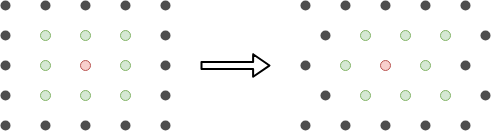
The draw.io diagram Report/Final/IMAGES/part2/grid_transform_map_generation.png in Fabien-Math/SLAM, before a commit. Source tidied: cells renumbered, new cells last; positions are measured from the earlier drawing's top-left corner, leaving out a move shared by most shapes.
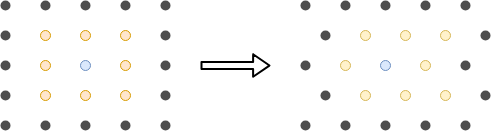
The same diagram one commit later.

Diff of the diagram source:
```diff
@@ -14,25 +14,25 @@
     <mxCell id="5" style="shape=ellipse;fillColor=#4D4D4D;strokeColor=none;html=1;sketch=0;shadow=0;" parent="1" vertex="1">
       <mxGeometry x="320" y="90" width="10" height="10" as="geometry" />
     </mxCell>
-    <mxCell id="6" style="shape=ellipse;fillColor=#d5e8d4;strokeColor=#82b366;html=1;sketch=0;shadow=0;" parent="1" vertex="1">
+    <mxCell id="6" style="shape=ellipse;fillColor=#fff2cc;strokeColor=#d6b656;html=1;sketch=0;shadow=0;" parent="1" vertex="1">
       <mxGeometry x="360" y="90" width="10" height="10" as="geometry" />
     </mxCell>
-    <mxCell id="7" style="shape=ellipse;fillColor=#d5e8d4;strokeColor=#82b366;html=1;sketch=0;shadow=0;" parent="1" vertex="1">
+    <mxCell id="7" style="shape=ellipse;fillColor=#fff2cc;strokeColor=#d6b656;html=1;sketch=0;shadow=0;" parent="1" vertex="1">
       <mxGeometry x="400" y="90" width="10" height="10" as="geometry" />
     </mxCell>
     <mxCell id="8" style="shape=ellipse;fillColor=#4D4D4D;strokeColor=none;html=1;sketch=0;shadow=0;" parent="1" vertex="1">
       <mxGeometry x="300" y="60" width="10" height="10" as="geometry" />
     </mxCell>
-    <mxCell id="9" style="shape=ellipse;fillColor=#d5e8d4;strokeColor=#82b366;html=1;sketch=0;shadow=0;" parent="1" vertex="1">
+    <mxCell id="9" style="shape=ellipse;fillColor=#fff2cc;strokeColor=#d6b656;html=1;sketch=0;shadow=0;" parent="1" vertex="1">
       <mxGeometry x="340" y="60" width="10" height="10" as="geometry" />
     </mxCell>
-    <mxCell id="10" style="shape=ellipse;fillColor=#f8cecc;strokeColor=#b85450;html=1;sketch=0;shadow=0;" parent="1" vertex="1">
+    <mxCell id="10" style="shape=ellipse;fillColor=#dae8fc;strokeColor=#6c8ebf;html=1;sketch=0;shadow=0;" parent="1" vertex="1">
       <mxGeometry x="380" y="60" width="10" height="10" as="geometry" />
     </mxCell>
     <mxCell id="11" style="shape=ellipse;fillColor=#4D4D4D;strokeColor=none;html=1;sketch=0;shadow=0;" parent="1" vertex="1">
       <mxGeometry x="320" y="30" width="10" height="10" as="geometry" />
     </mxCell>
-    <mxCell id="12" style="shape=ellipse;fillColor=#d5e8d4;strokeColor=#82b366;html=1;sketch=0;shadow=0;" parent="1" vertex="1">
+    <mxCell id="12" style="shape=ellipse;fillColor=#fff2cc;strokeColor=#d6b656;html=1;sketch=0;shadow=0;" parent="1" vertex="1">
       <mxGeometry x="360" y="30" width="10" height="10" as="geometry" />
     </mxCell>
     <mxCell id="13" style="shape=ellipse;fillColor=#4D4D4D;strokeColor=none;html=1;sketch=0;shadow=0;" parent="1" vertex="1">
@@ -50,22 +50,22 @@
     <mxCell id="17" style="shape=ellipse;fillColor=#4D4D4D;strokeColor=none;html=1;sketch=0;shadow=0;" parent="1" vertex="1">
       <mxGeometry x="460" y="120" width="10" height="10" as="geometry" />
     </mxCell>
-    <mxCell id="18" style="shape=ellipse;fillColor=#d5e8d4;strokeColor=#82b366;html=1;sketch=0;shadow=0;" parent="1" vertex="1">
+    <mxCell id="18" style="shape=ellipse;fillColor=#fff2cc;strokeColor=#d6b656;html=1;sketch=0;shadow=0;" parent="1" vertex="1">
       <mxGeometry x="440" y="90" width="10" height="10" as="geometry" />
     </mxCell>
     <mxCell id="19" style="shape=ellipse;fillColor=#4D4D4D;strokeColor=none;html=1;sketch=0;shadow=0;" parent="1" vertex="1">
       <mxGeometry x="480" y="90" width="10" height="10" as="geometry" />
     </mxCell>
-    <mxCell id="20" style="shape=ellipse;fillColor=#d5e8d4;strokeColor=#82b366;html=1;sketch=0;shadow=0;" parent="1" vertex="1">
+    <mxCell id="20" style="shape=ellipse;fillColor=#fff2cc;strokeColor=#d6b656;html=1;sketch=0;shadow=0;" parent="1" vertex="1">
       <mxGeometry x="420" y="60" width="10" height="10" as="geometry" />
     </mxCell>
     <mxCell id="21" style="shape=ellipse;fillColor=#4D4D4D;strokeColor=none;html=1;sketch=0;shadow=0;" parent="1" vertex="1">
       <mxGeometry x="460" y="60" width="10" height="10" as="geometry" />
     </mxCell>
-    <mxCell id="22" style="shape=ellipse;fillColor=#d5e8d4;strokeColor=#82b366;html=1;sketch=0;shadow=0;" parent="1" vertex="1">
+    <mxCell id="22" style="shape=ellipse;fillColor=#fff2cc;strokeColor=#d6b656;html=1;sketch=0;shadow=0;" parent="1" vertex="1">
       <mxGeometry x="400" y="30" width="10" height="10" as="geometry" />
     </mxCell>
-    <mxCell id="23" style="shape=ellipse;fillColor=#d5e8d4;strokeColor=#82b366;html=1;sketch=0;shadow=0;" parent="1" vertex="1">
+    <mxCell id="23" style="shape=ellipse;fillColor=#fff2cc;strokeColor=#d6b656;html=1;sketch=0;shadow=0;" parent="1" vertex="1">
       <mxGeometry x="440" y="30" width="10" height="10" as="geometry" />
     </mxCell>
     <mxCell id="24" style="shape=ellipse;fillColor=#4D4D4D;strokeColor=none;html=1;sketch=0;shadow=0;" parent="1" vertex="1">
@@ -89,25 +89,25 @@
     <mxCell id="30" style="shape=ellipse;fillColor=#4D4D4D;strokeColor=none;html=1;sketch=0;shadow=0;" parent="1" vertex="1">
       <mxGeometry y="90" width="10" height="10" as="geometry" />
     </mxCell>
-    <mxCell id="31" style="shape=ellipse;fillColor=#d5e8d4;strokeColor=#82b366;html=1;sketch=0;shadow=0;" parent="1" vertex="1">
+    <mxCell id="31" style="shape=ellipse;fillColor=#ffe6cc;strokeColor=#d79b00;html=1;sketch=0;shadow=0;" parent="1" vertex="1">
       <mxGeometry x="40" y="90" width="10" height="10" as="geometry" />
     </mxCell>
-    <mxCell id="32" style="shape=ellipse;fillColor=#d5e8d4;strokeColor=#82b366;html=1;sketch=0;shadow=0;" parent="1" vertex="1">
+    <mxCell id="32" style="shape=ellipse;fillColor=#ffe6cc;strokeColor=#d79b00;html=1;sketch=0;shadow=0;" parent="1" vertex="1">
       <mxGeometry x="80" y="90" width="10" height="10" as="geometry" />
     </mxCell>
     <mxCell id="33" style="shape=ellipse;fillColor=#4D4D4D;strokeColor=none;html=1;sketch=0;shadow=0;" parent="1" vertex="1">
       <mxGeometry y="60" width="10" height="10" as="geometry" />
     </mxCell>
-    <mxCell id="34" style="shape=ellipse;fillColor=#d5e8d4;strokeColor=#82b366;html=1;sketch=0;shadow=0;" parent="1" vertex="1">
+    <mxCell id="34" style="shape=ellipse;fillColor=#ffe6cc;strokeColor=#d79b00;html=1;sketch=0;shadow=0;" parent="1" vertex="1">
       <mxGeometry x="40" y="60" width="10" height="10" as="geometry" />
     </mxCell>
-    <mxCell id="35" style="shape=ellipse;fillColor=#f8cecc;strokeColor=#b85450;html=1;sketch=0;shadow=0;" parent="1" vertex="1">
+    <mxCell id="35" style="shape=ellipse;fillColor=#dae8fc;strokeColor=#6c8ebf;html=1;sketch=0;shadow=0;" parent="1" vertex="1">
       <mxGeometry x="80" y="60" width="10" height="10" as="geometry" />
     </mxCell>
     <mxCell id="36" style="shape=ellipse;fillColor=#4D4D4D;strokeColor=none;html=1;sketch=0;shadow=0;" parent="1" vertex="1">
       <mxGeometry y="30" width="10" height="10" as="geometry" />
     </mxCell>
-    <mxCell id="37" style="shape=ellipse;fillColor=#d5e8d4;strokeColor=#82b366;html=1;sketch=0;shadow=0;" parent="1" vertex="1">
+    <mxCell id="37" style="shape=ellipse;fillColor=#ffe6cc;strokeColor=#d79b00;html=1;sketch=0;shadow=0;" parent="1" vertex="1">
       <mxGeometry x="40" y="30" width="10" height="10" as="geometry" />
     </mxCell>
     <mxCell id="38" style="shape=ellipse;fillColor=#4D4D4D;strokeColor=none;html=1;sketch=0;shadow=0;" parent="1" vertex="1">
@@ -125,22 +125,22 @@
     <mxCell id="42" style="shape=ellipse;fillColor=#4D4D4D;strokeColor=none;html=1;sketch=0;shadow=0;" parent="1" vertex="1">
       <mxGeometry x="160" y="120" width="10" height="10" as="geometry" />
     </mxCell>
-    <mxCell id="43" style="shape=ellipse;fillColor=#d5e8d4;strokeColor=#82b366;html=1;sketch=0;shadow=0;" parent="1" vertex="1">
+    <mxCell id="43" style="shape=ellipse;fillColor=#ffe6cc;strokeColor=#d79b00;html=1;sketch=0;shadow=0;" parent="1" vertex="1">
       <mxGeometry x="120" y="90" width="10" height="10" as="geometry" />
     </mxCell>
     <mxCell id="44" style="shape=ellipse;fillColor=#4D4D4D;strokeColor=none;html=1;sketch=0;shadow=0;" parent="1" vertex="1">
       <mxGeometry x="160" y="90" width="10" height="10" as="geometry" />
     </mxCell>
-    <mxCell id="45" style="shape=ellipse;fillColor=#d5e8d4;strokeColor=#82b366;html=1;sketch=0;shadow=0;" parent="1" vertex="1">
+    <mxCell id="45" style="shape=ellipse;fillColor=#ffe6cc;strokeColor=#d79b00;html=1;sketch=0;shadow=0;" parent="1" vertex="1">
       <mxGeometry x="120" y="60" width="10" height="10" as="geometry" />
     </mxCell>
     <mxCell id="46" style="shape=ellipse;fillColor=#4D4D4D;strokeColor=none;html=1;sketch=0;shadow=0;" parent="1" vertex="1">
       <mxGeometry x="160" y="60" width="10" height="10" as="geometry" />
     </mxCell>
-    <mxCell id="47" style="shape=ellipse;fillColor=#d5e8d4;strokeColor=#82b366;html=1;sketch=0;shadow=0;" parent="1" vertex="1">
+    <mxCell id="47" style="shape=ellipse;fillColor=#ffe6cc;strokeColor=#d79b00;html=1;sketch=0;shadow=0;" parent="1" vertex="1">
       <mxGeometry x="80" y="30" width="10" height="10" as="geometry" />
     </mxCell>
-    <mxCell id="48" style="shape=ellipse;fillColor=#d5e8d4;strokeColor=#82b366;html=1;sketch=0;shadow=0;" parent="1" vertex="1">
+    <mxCell id="48" style="shape=ellipse;fillColor=#ffe6cc;strokeColor=#d79b00;html=1;sketch=0;shadow=0;" parent="1" vertex="1">
       <mxGeometry x="120" y="30" width="10" height="10" as="geometry" />
     </mxCell>
     <mxCell id="49" style="shape=ellipse;fillColor=#4D4D4D;strokeColor=none;html=1;sketch=0;shadow=0;" parent="1" vertex="1">
```
